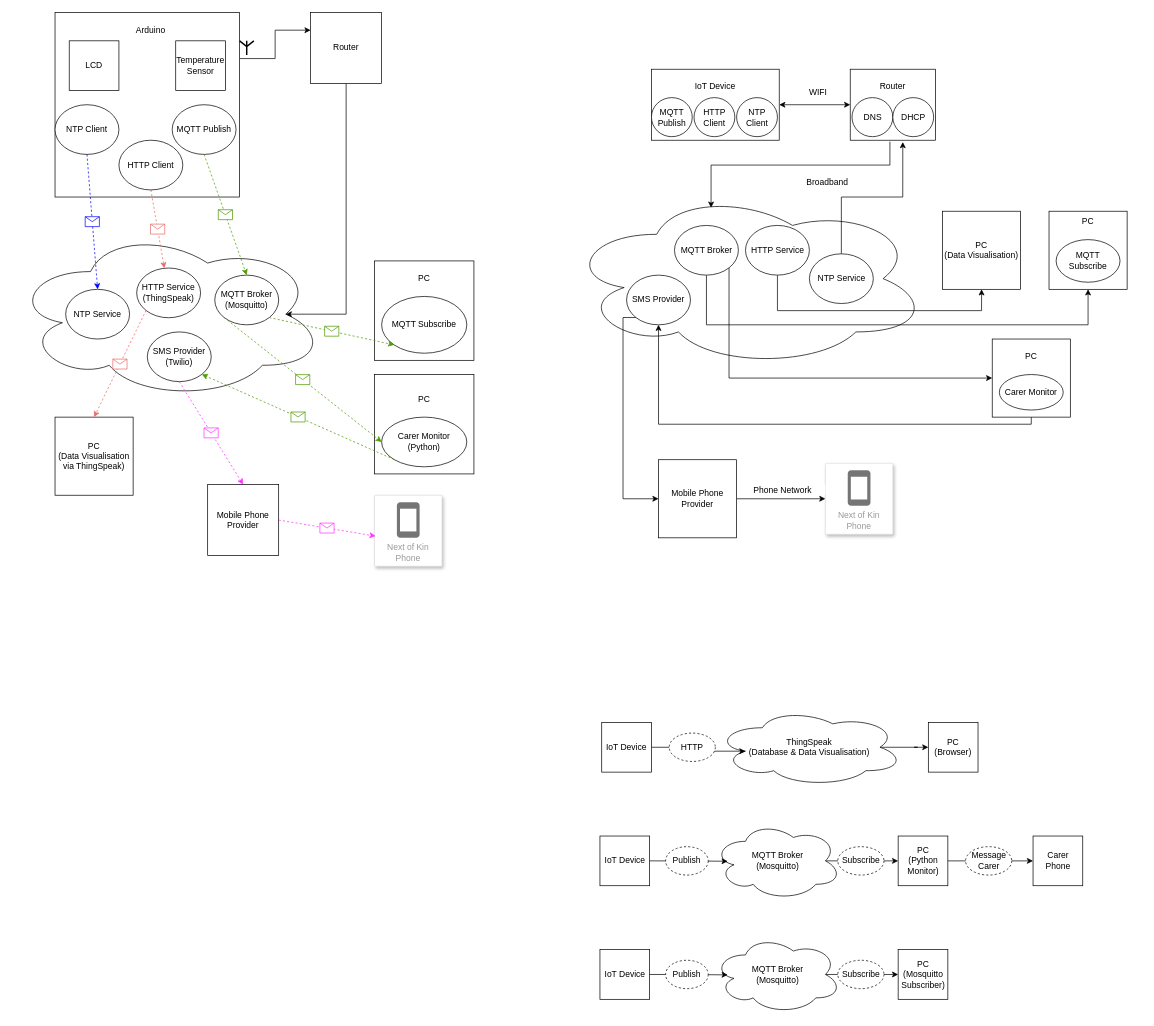
Earlier version of the draw.io diagram arduino/docs/IoT Arduino Diagrams.drawio (JessicaMu/IoT_temperature_checker). Source tidied: cells renumbered, new cells numbered last; positions are measured from the earlier drawing's top-left corner, leaving out a move shared by most shapes. Both pictures are drawn from the tidied source at 71%, with x=0, y=0 at pixel (12, 12).
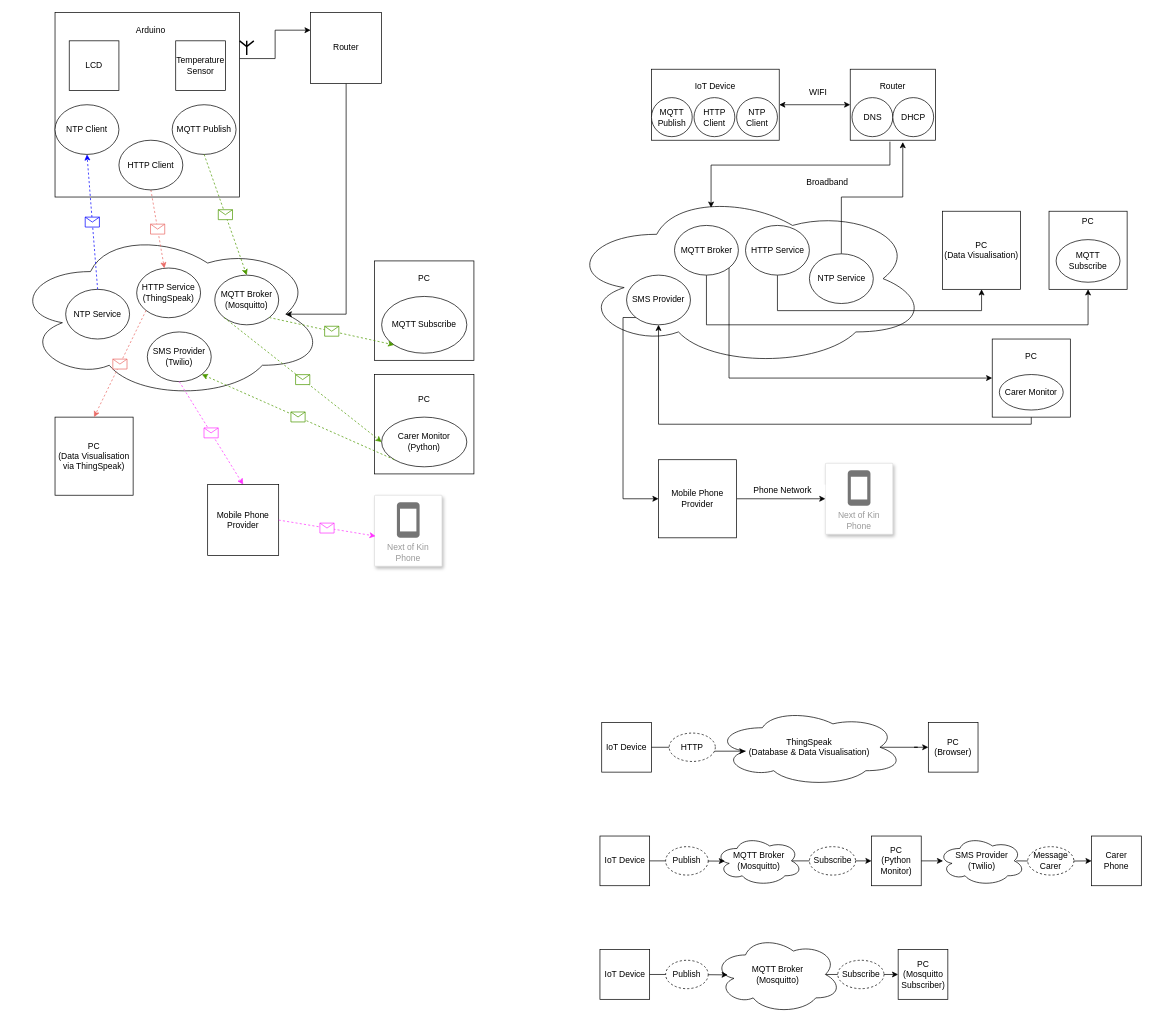
Above is the later version.

Unchanged cells that the change refers to:
```xml
<mxCell id="31" value="NTP Client" style="ellipse;whiteSpace=wrap;html=1;" parent="1" vertex="1">
  <mxGeometry x="60" y="130" width="90" height="70" as="geometry" />
</mxCell>
<mxCell id="34" value="NTP Service" style="ellipse;whiteSpace=wrap;html=1;" parent="1" vertex="1">
  <mxGeometry x="75" y="390" width="90" height="70" as="geometry" />
</mxCell>
```

Change to the diagram source:
```diff
@@
     <mxCell id="21" value="PC&lt;br&gt;(Python Monitor)" style="whiteSpace=wrap;html=1;" parent="1" vertex="1">
-      <mxGeometry x="1247.5" y="1160" width="70" height="70" as="geometry" />
+      <mxGeometry x="1210" y="1160" width="70" height="70" as="geometry" />
     </mxCell>
@@
     <mxCell id="23" value="MQTT Broker&lt;br&gt;(Mosquitto)" style="ellipse;shape=cloud;whiteSpace=wrap;html=1;" parent="1" vertex="1">
-      <mxGeometry x="987.5" y="1140" width="180" height="110" as="geometry" />
+      <mxGeometry x="990" y="1160" width="122.5" height="70" as="geometry" />
     </mxCell>
     <mxCell id="24" value="Subscribe" style="ellipse;whiteSpace=wrap;html=1;dashed=1;" parent="1" vertex="1">
-      <mxGeometry x="1162.5" y="1175" width="65" height="40" as="geometry" />
+      <mxGeometry x="1122.5" y="1175" width="65" height="40" as="geometry" />
     </mxCell>
-    <mxCell id="25" value="Carer Phone" style="whiteSpace=wrap;html=1;" parent="1" vertex="1">
-      <mxGeometry x="1437.5" y="1160" width="70" height="70" as="geometry" />
-    </mxCell>
-    <mxCell id="26" style="endArrow=classic;html=1;rounded=0;exitX=1;exitY=0.5;exitDx=0;exitDy=0;entryX=0;entryY=0.5;entryDx=0;entryDy=0;" parent="1" edge="1" source="21" target="25">
-      <mxGeometry relative="1" as="geometry" />
-    </mxCell>
-    <mxCell id="27" value="Message Carer" style="ellipse;whiteSpace=wrap;html=1;dashed=1;" parent="1" vertex="1">
-      <mxGeometry x="1342.5" y="1175" width="65" height="40" as="geometry" />
-    </mxCell>
@@
-    <mxCell id="39" style="endArrow=classic;html=1;rounded=0;dashed=1;exitX=0.5;exitY=1;exitDx=0;exitDy=0;entryX=0.5;entryY=0;entryDx=0;entryDy=0;strokeColor=#0000FF;" parent="1" edge="1" source="31" target="34">
+    <mxCell id="39" style="endArrow=classic;html=1;rounded=0;dashed=1;exitX=0.5;exitY=0;exitDx=0;exitDy=0;entryX=0.5;entryY=1;entryDx=0;entryDy=0;strokeColor=#0000FF;" parent="1" edge="1" source="34" target="31">
       <mxGeometry relative="1" as="geometry" />
     </mxCell>
@@
+    <mxCell id="25" value="Carer Phone" style="whiteSpace=wrap;html=1;" parent="1" vertex="1">
+      <mxGeometry x="1520" y="1160" width="70" height="70" as="geometry" />
+    </mxCell>
+    <mxCell id="105" style="edgeStyle=orthogonalEdgeStyle;rounded=0;jettySize=auto;html=1;exitX=0.875;exitY=0.5;exitDx=0;exitDy=0;exitPerimeter=0;" parent="1" edge="1" target="25">
+      <mxGeometry relative="1" as="geometry">
+        <mxPoint x="1413.8" y="1195" as="sourcePoint" />
+      </mxGeometry>
+    </mxCell>
+    <mxCell id="27" value="Message Carer" style="ellipse;whiteSpace=wrap;html=1;dashed=1;" parent="1" vertex="1">
+      <mxGeometry x="1430" y="1175" width="65" height="40" as="geometry" />
+    </mxCell>
+    <mxCell id="106" value="SMS Provider&lt;br style=&quot;border-color: var(--border-color);&quot;&gt;&lt;span style=&quot;border-color: var(--border-color);&quot;&gt;(Twilio)&lt;/span&gt;" style="ellipse;shape=cloud;whiteSpace=wrap;html=1;" parent="1" vertex="1">
+      <mxGeometry x="1303.8" y="1160" width="122.5" height="70" as="geometry" />
+    </mxCell>
+    <mxCell id="107" style="edgeStyle=orthogonalEdgeStyle;rounded=0;jettySize=auto;html=1;exitX=1;exitY=0.5;exitDx=0;exitDy=0;entryX=0.057;entryY=0.5;entryDx=0;entryDy=0;entryPerimeter=0;" parent="1" edge="1" source="21" target="106">
+      <mxGeometry relative="1" as="geometry" />
+    </mxCell>
```
